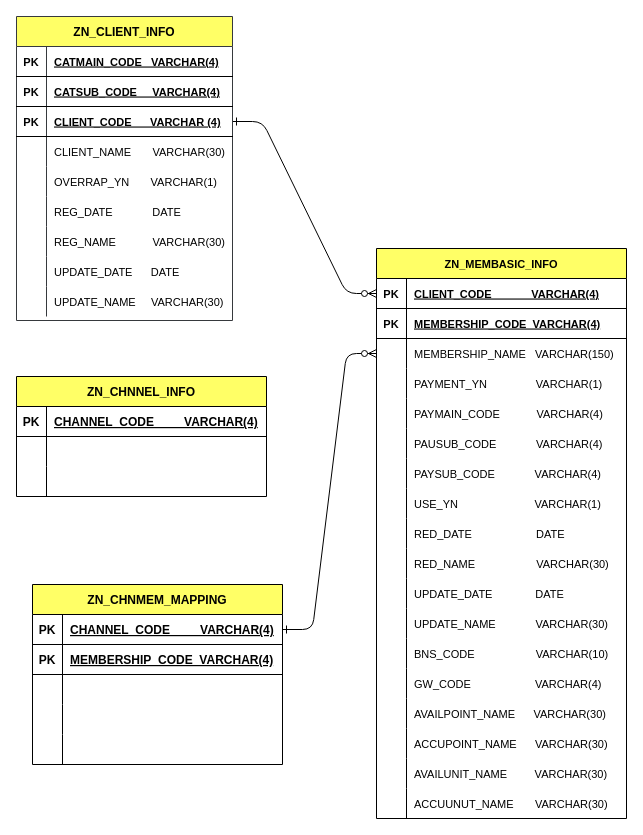
Before: Untitled Diagram.drawio in qksl22/Java, a draw.io diagram. Source tidied: cells renumbered, new cells numbered last; positions are measured from the earlier drawing's top-left corner, leaving out a move shared by most shapes. Both pictures are drawn from the tidied source at 100%, with x=0, y=0 at pixel (16, 16).
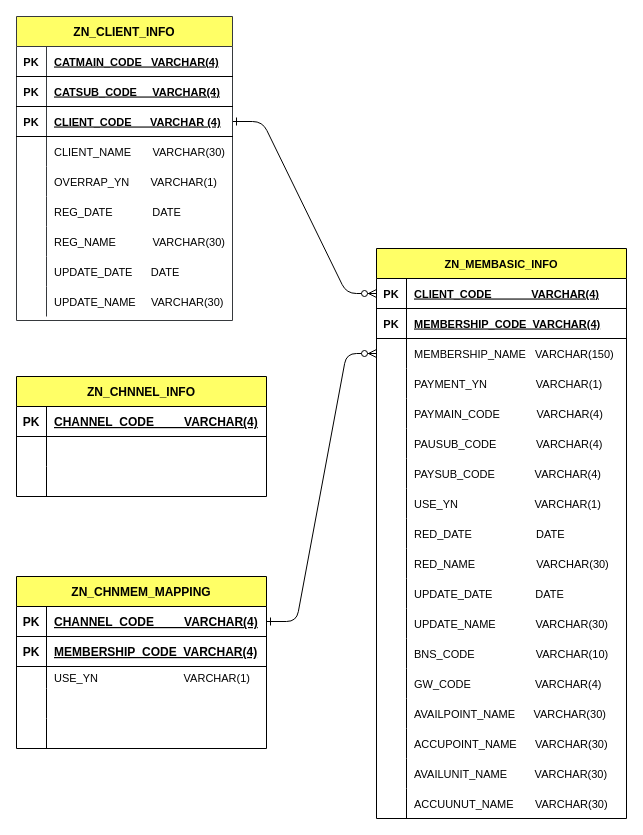
The same diagram, later.

Diff of the diagram source:
```diff
@@
     <mxCell id="87" value="ZN_CHNMEM_MAPPING" style="shape=table;startSize=30;childLayout=tableLayout;rowLines=0;fontStyle=1;align=center;fillColor=#FFFF66;" parent="1" vertex="1">
-      <mxGeometry x="16" y="568" width="250" height="180" as="geometry" />
+      <mxGeometry y="560" width="250" height="172" as="geometry" />
     </mxCell>
@@
     <mxCell id="94" style="shape=partialRectangle;fillColor=none;top=0;left=0;right=0;bottom=0;fontSize=11;" parent="87" vertex="1">
-      <mxGeometry y="90" width="250" height="30" as="geometry" />
+      <mxGeometry y="90" width="250" height="22" as="geometry" />
     </mxCell>
     <mxCell id="95" style="shape=partialRectangle;overflow=hidden;fillColor=none;top=0;left=0;bottom=0;right=0;fontSize=11;" parent="94" vertex="1">
-      <mxGeometry width="30" height="30" as="geometry" />
+      <mxGeometry width="30" height="22" as="geometry" />
     </mxCell>
-    <mxCell id="96" style="shape=partialRectangle;overflow=hidden;fillColor=none;top=0;left=0;bottom=0;right=0;align=left;spacingLeft=6;fontSize=11;" parent="94" vertex="1">
-      <mxGeometry x="30" width="220" height="30" as="geometry" />
+    <mxCell id="96" value="USE_YN                            VARCHAR(1)" style="shape=partialRectangle;overflow=hidden;fillColor=none;top=0;left=0;bottom=0;right=0;align=left;spacingLeft=6;fontSize=11;" parent="94" vertex="1">
+      <mxGeometry x="30" width="220" height="22" as="geometry" />
     </mxCell>
     <mxCell id="97" style="shape=partialRectangle;fillColor=none;top=0;left=0;right=0;bottom=0;fontSize=11;" parent="87" vertex="1">
-      <mxGeometry y="120" width="250" height="30" as="geometry" />
+      <mxGeometry y="112" width="250" height="30" as="geometry" />
     </mxCell>
@@
     <mxCell id="100" style="shape=partialRectangle;fillColor=none;top=0;left=0;right=0;bottom=0;fontSize=11;" parent="87" vertex="1">
-      <mxGeometry y="150" width="250" height="30" as="geometry" />
+      <mxGeometry y="142" width="250" height="30" as="geometry" />
     </mxCell>
```
